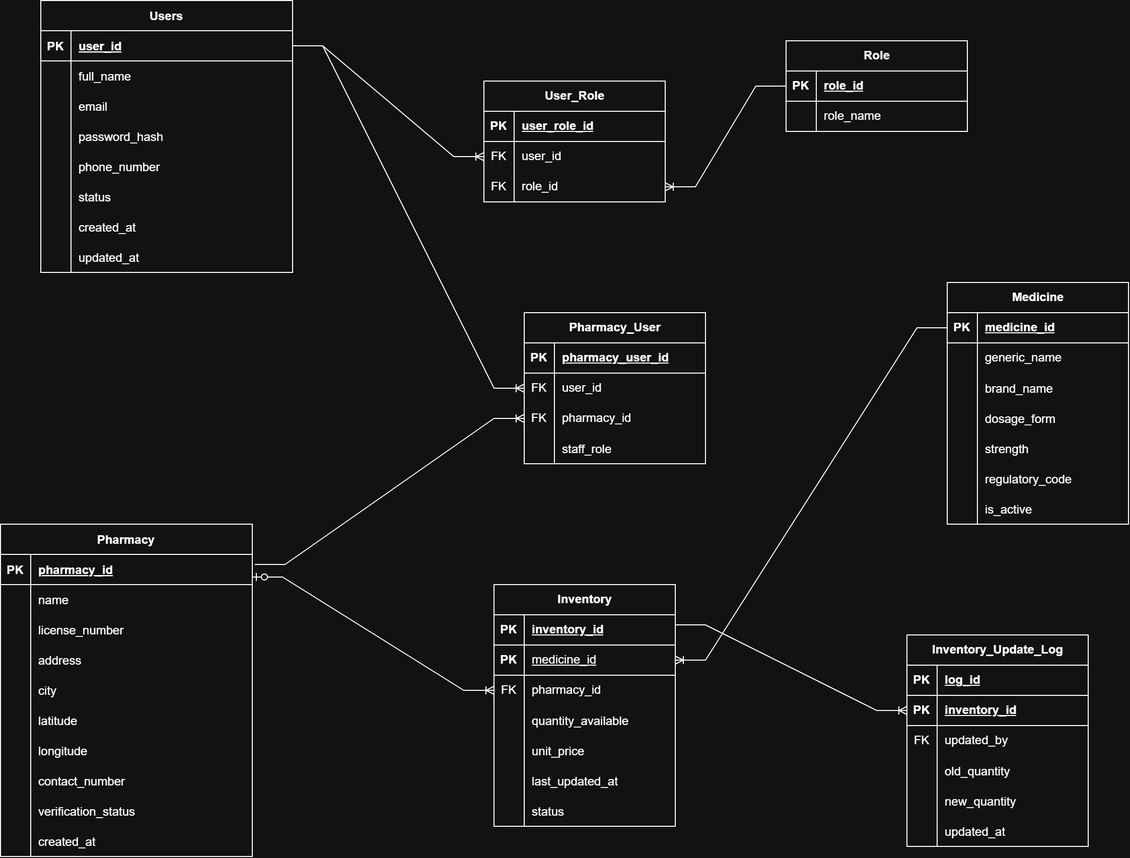
Before: docs/ER_Diagram_Phase1.png, a diagram exported from draw.io (bhashana99/findmymedi). Source tidied: cells renumbered, new cells last; positions are measured from the earlier drawing's top-left corner, leaving out a move shared by most shapes.
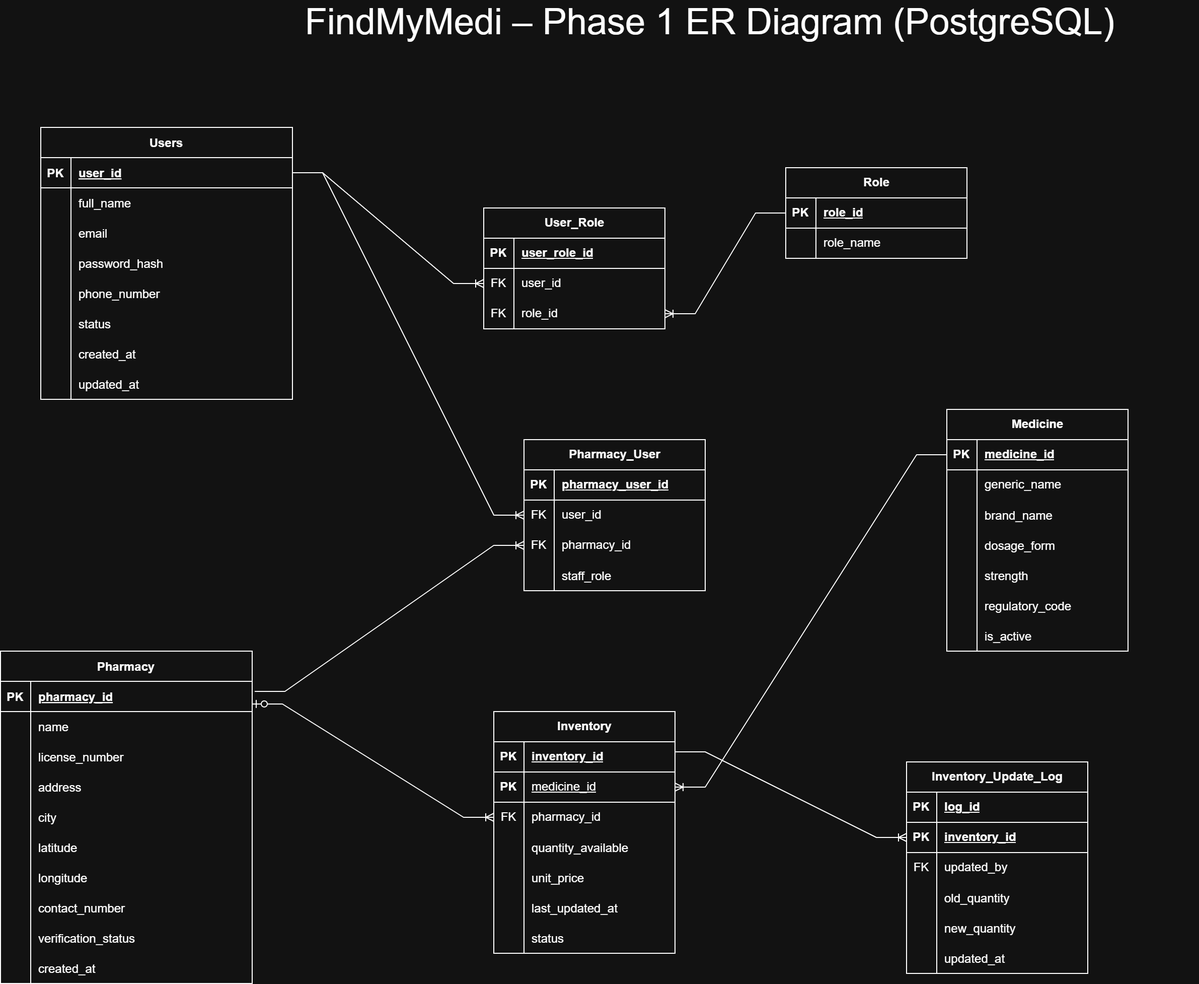
The same file after the commit.

What changed in the source:
```diff
@@ -472,5 +472,8 @@
     <mxCell id="157" style="edgeStyle=entityRelationEdgeStyle;fontSize=12;html=1;endArrow=ERoneToMany;startArrow=ERzeroToOne;rounded=0;entryX=0;entryY=0.5;entryDx=0;entryDy=0;exitX=1;exitY=0.748;exitDx=0;exitDy=0;exitPerimeter=0;" parent="1" edge="1" source="47" target="119">
       <mxGeometry relative="1" as="geometry" />
     </mxCell>
+    <mxCell id="158" value="&lt;font style=&quot;font-size: 36px;&quot;&gt;FindMyMedi – Phase 1 ER Diagram (PostgreSQL)&lt;/font&gt;" style="text;html=1;whiteSpace=wrap;strokeColor=none;fillColor=none;align=center;verticalAlign=middle;rounded=0;" parent="1" vertex="1">
+      <mxGeometry x="220" y="-120" width="970" height="30" as="geometry" />
+    </mxCell>
   </root>
 </mxGraphModel>
```
